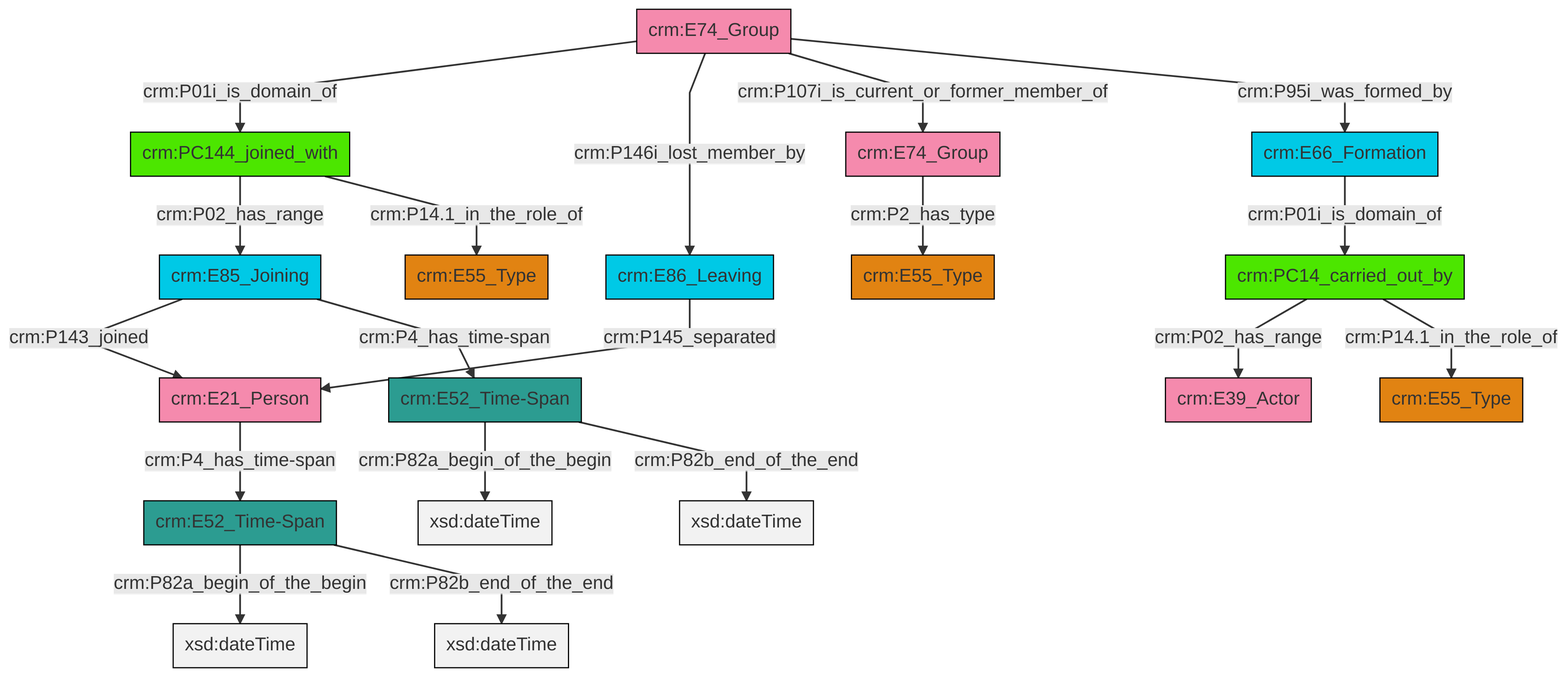
Earlier version of the Mermaid export et/groupCSV/ttl/mmd/png/group_actor_relations.png (swiss-art-research-net/reference-data-models). Its source is kept beside it as et/groupCSV/ttl/mmd/group_actor_relations.ttl.mmd.
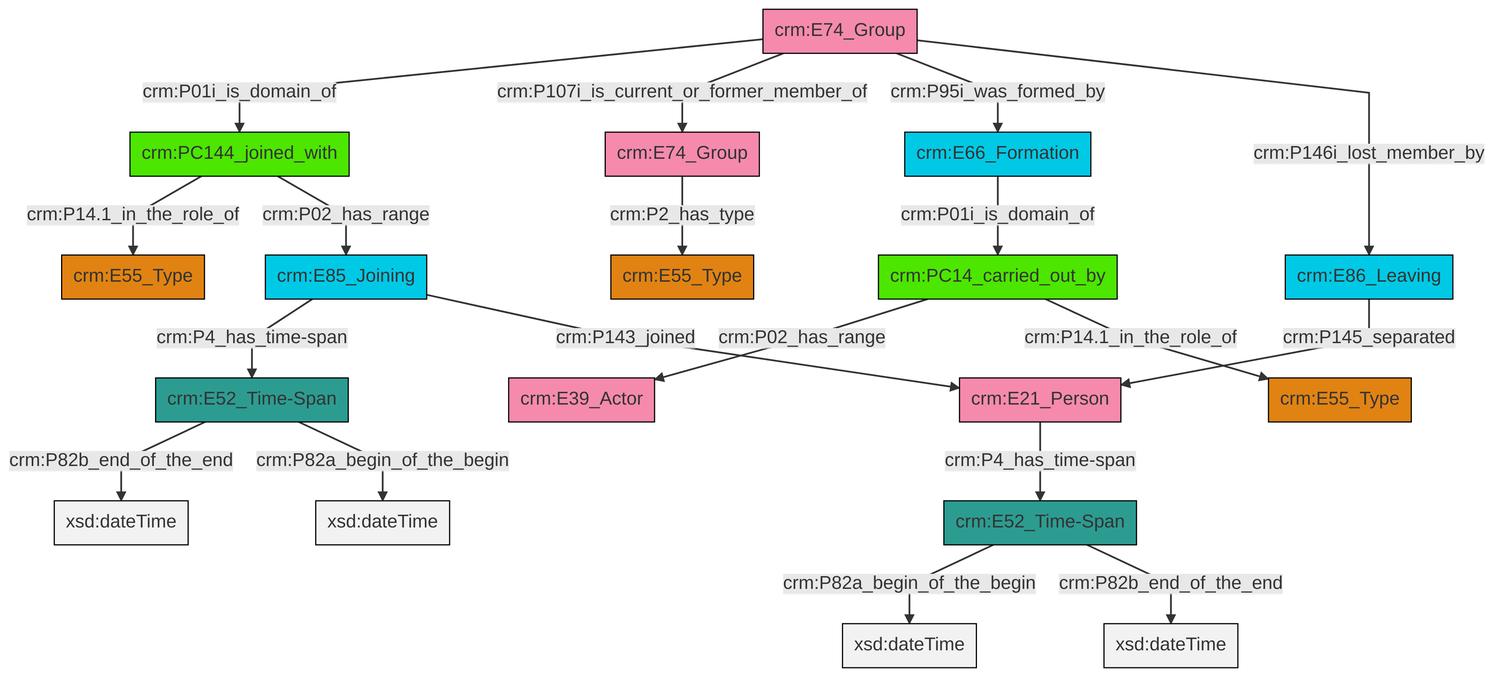
The same diagram one commit later.

The edit, as a diff of the source:
```diff
@@ -13,21 +13,21 @@
 classDef PC_Classes fill:#4ce600, stroke:#000000;
 classDef Multi fill:#cccccc,stroke:#000000;
 
-0["crm:PC14_carried_out_by"]:::PC_Classes -->|crm:P02_has_range| 1["crm:E39_Actor"]:::Actor
-6["crm:E74_Group"]:::Actor -->|crm:P2_has_type| 4["crm:E55_Type"]:::Type
-7["crm:E86_Leaving"]:::Temporal_Entity -->|crm:P145_separated| 8["crm:E21_Person"]:::Actor
-13["crm:E74_Group"]:::Actor -->|crm:P01i_is_domain_of| 14["crm:PC144_joined_with"]:::PC_Classes
-11["crm:E66_Formation"]:::Temporal_Entity -->|crm:P01i_is_domain_of| 0["crm:PC14_carried_out_by"]:::PC_Classes
-0["crm:PC14_carried_out_by"]:::PC_Classes -->|crm:P14.1_in_the_role_of| 15["crm:E55_Type"]:::Type
-13["crm:E74_Group"]:::Actor -->|crm:P146i_lost_member_by| 7["crm:E86_Leaving"]:::Temporal_Entity
-14["crm:PC144_joined_with"]:::PC_Classes -->|crm:P02_has_range| 21["crm:E85_Joining"]:::Temporal_Entity
-22["crm:E52_Time-Span"]:::Time-Span -->|crm:P82a_begin_of_the_begin| 23[xsd:dateTime]:::Literal
-13["crm:E74_Group"]:::Actor -->|crm:P107i_is_current_or_former_member_of| 6["crm:E74_Group"]:::Actor
-21["crm:E85_Joining"]:::Temporal_Entity -->|crm:P143_joined| 8["crm:E21_Person"]:::Actor
-21["crm:E85_Joining"]:::Temporal_Entity -->|crm:P4_has_time-span| 22["crm:E52_Time-Span"]:::Time-Span
-22["crm:E52_Time-Span"]:::Time-Span -->|crm:P82b_end_of_the_end| 27[xsd:dateTime]:::Literal
-8["crm:E21_Person"]:::Actor -->|crm:P4_has_time-span| 17["crm:E52_Time-Span"]:::Time-Span
-17["crm:E52_Time-Span"]:::Time-Span -->|crm:P82a_begin_of_the_begin| 31[xsd:dateTime]:::Literal
-14["crm:PC144_joined_with"]:::PC_Classes -->|crm:P14.1_in_the_role_of| 2["crm:E55_Type"]:::Type
-17["crm:E52_Time-Span"]:::Time-Span -->|crm:P82b_end_of_the_end| 34[xsd:dateTime]:::Literal
-13["crm:E74_Group"]:::Actor -->|crm:P95i_was_formed_by| 11["crm:E66_Formation"]:::Temporal_Entity
+0["crm:E52_Time-Span"]:::Time-Span -->|crm:P82b_end_of_the_end| 1[xsd:dateTime]:::Literal
+7["crm:E74_Group"]:::Actor -->|crm:P01i_is_domain_of| 8["crm:PC144_joined_with"]:::PC_Classes
+0["crm:E52_Time-Span"]:::Time-Span -->|crm:P82a_begin_of_the_begin| 9[xsd:dateTime]:::Literal
+10["crm:E52_Time-Span"]:::Time-Span -->|crm:P82a_begin_of_the_begin| 11[xsd:dateTime]:::Literal
+12["crm:E85_Joining"]:::Temporal_Entity -->|crm:P4_has_time-span| 0["crm:E52_Time-Span"]:::Time-Span
+13["crm:E74_Group"]:::Actor -->|crm:P2_has_type| 14["crm:E55_Type"]:::Type
+7["crm:E74_Group"]:::Actor -->|crm:P107i_is_current_or_former_member_of| 13["crm:E74_Group"]:::Actor
+17["crm:E86_Leaving"]:::Temporal_Entity -->|crm:P145_separated| 18["crm:E21_Person"]:::Actor
+8["crm:PC144_joined_with"]:::PC_Classes -->|crm:P14.1_in_the_role_of| 2["crm:E55_Type"]:::Type
+8["crm:PC144_joined_with"]:::PC_Classes -->|crm:P02_has_range| 12["crm:E85_Joining"]:::Temporal_Entity
+7["crm:E74_Group"]:::Actor -->|crm:P95i_was_formed_by| 20["crm:E66_Formation"]:::Temporal_Entity
+18["crm:E21_Person"]:::Actor -->|crm:P4_has_time-span| 10["crm:E52_Time-Span"]:::Time-Span
+15["crm:PC14_carried_out_by"]:::PC_Classes -->|crm:P02_has_range| 25["crm:E39_Actor"]:::Actor
+20["crm:E66_Formation"]:::Temporal_Entity -->|crm:P01i_is_domain_of| 15["crm:PC14_carried_out_by"]:::PC_Classes
+15["crm:PC14_carried_out_by"]:::PC_Classes -->|crm:P14.1_in_the_role_of| 4["crm:E55_Type"]:::Type
+7["crm:E74_Group"]:::Actor -->|crm:P146i_lost_member_by| 17["crm:E86_Leaving"]:::Temporal_Entity
+12["crm:E85_Joining"]:::Temporal_Entity -->|crm:P143_joined| 18["crm:E21_Person"]:::Actor
+10["crm:E52_Time-Span"]:::Time-Span -->|crm:P82b_end_of_the_end| 32[xsd:dateTime]:::Literal
```
